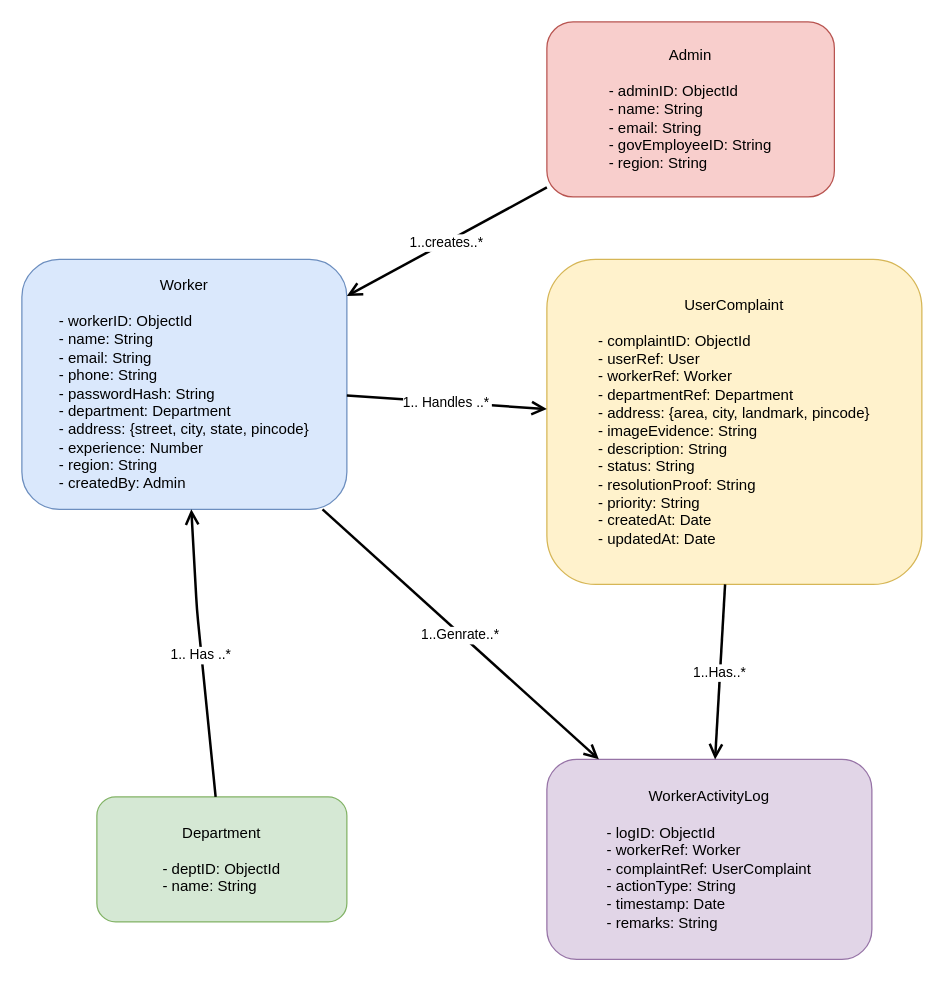
This is UML diagrams/workerClass.drawio from shitkarjidnesh/FixMyCity, a draw.io file, before an edit. Source tidied: cells renumbered, new cells numbered last; positions are measured from the earlier drawing's top-left corner, leaving out a move shared by most shapes. Both pictures are drawn from the tidied source at 125%, with x=0, y=0 at pixel (21, 21).
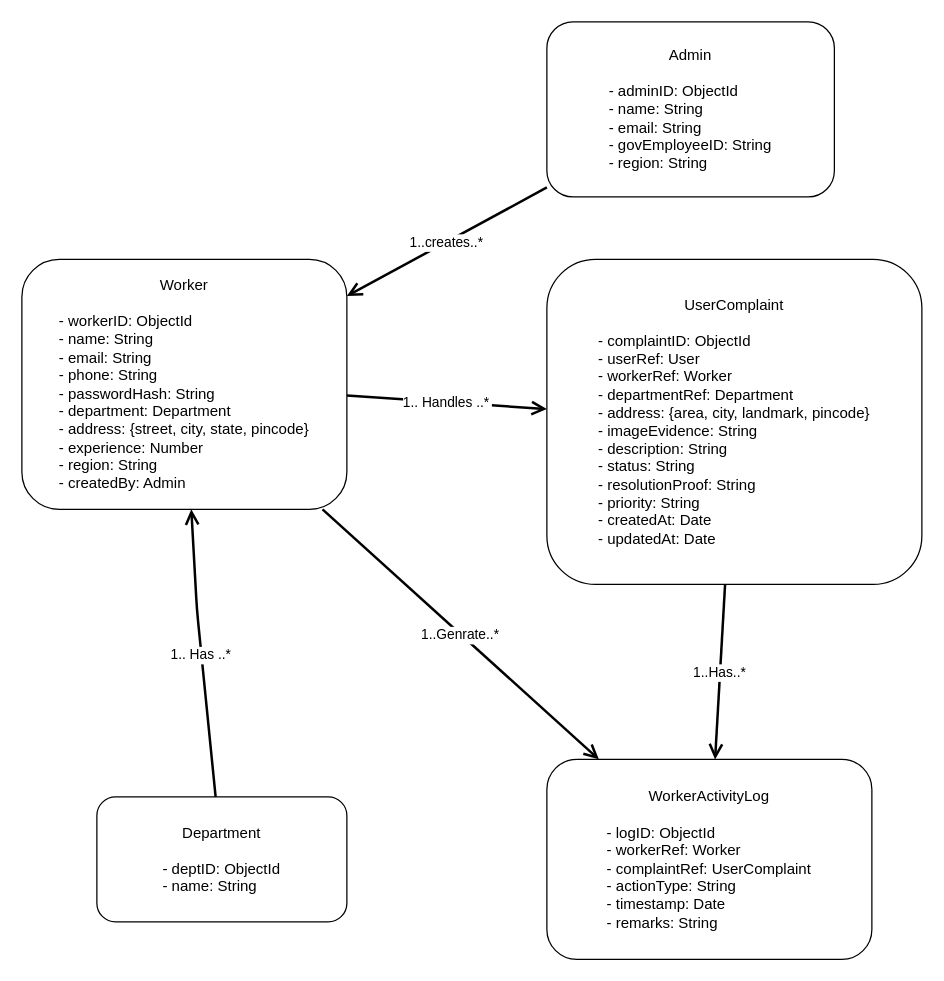
The same diagram, later.

Change to the diagram source:
```diff
@@
 <mxGraphModel>
   <root>
     <mxCell id="0" />
     <mxCell id="1" parent="0" />
-    <mxCell id="2" value="Worker&lt;br&gt;&lt;br&gt;&lt;div style=&quot;text-align: left;&quot;&gt;&lt;span style=&quot;background-color: transparent;&quot;&gt;- workerID: ObjectId&lt;/span&gt;&lt;/div&gt;&lt;div style=&quot;text-align: left;&quot;&gt;&lt;span style=&quot;background-color: transparent;&quot;&gt;- name: String&lt;/span&gt;&lt;/div&gt;&lt;div style=&quot;text-align: left;&quot;&gt;&lt;span style=&quot;background-color: transparent;&quot;&gt;- email: String&lt;/span&gt;&lt;/div&gt;&lt;div style=&quot;text-align: left;&quot;&gt;&lt;span style=&quot;background-color: transparent;&quot;&gt;- phone: String&lt;/span&gt;&lt;/div&gt;&lt;div style=&quot;text-align: left;&quot;&gt;&lt;span style=&quot;background-color: transparent;&quot;&gt;- passwordHash: String&lt;/span&gt;&lt;/div&gt;&lt;div style=&quot;text-align: left;&quot;&gt;&lt;span style=&quot;background-color: transparent;&quot;&gt;- department: Department&lt;/span&gt;&lt;/div&gt;&lt;div style=&quot;text-align: left;&quot;&gt;&lt;span style=&quot;background-color: transparent;&quot;&gt;- address: {street, city, state, pincode}&lt;/span&gt;&lt;/div&gt;&lt;div style=&quot;text-align: left;&quot;&gt;&lt;span style=&quot;background-color: transparent;&quot;&gt;- experience: Number&lt;/span&gt;&lt;/div&gt;&lt;div style=&quot;text-align: left;&quot;&gt;&lt;span style=&quot;background-color: transparent;&quot;&gt;- region: String&lt;/span&gt;&lt;/div&gt;&lt;div style=&quot;text-align: left;&quot;&gt;&lt;span style=&quot;background-color: transparent;&quot;&gt;- createdBy: Admin&lt;/span&gt;&lt;/div&gt;" style="shape=rectangle;rounded=1;whiteSpace=wrap;html=1;fillColor=#dae8fc;strokeColor=#6c8ebf;align=center;" parent="1" vertex="1">
+    <mxCell id="2" value="Worker&lt;br&gt;&lt;br&gt;&lt;div style=&quot;text-align: left;&quot;&gt;&lt;span style=&quot;background-color: transparent;&quot;&gt;- workerID: ObjectId&lt;/span&gt;&lt;/div&gt;&lt;div style=&quot;text-align: left;&quot;&gt;&lt;span style=&quot;background-color: transparent;&quot;&gt;- name: String&lt;/span&gt;&lt;/div&gt;&lt;div style=&quot;text-align: left;&quot;&gt;&lt;span style=&quot;background-color: transparent;&quot;&gt;- email: String&lt;/span&gt;&lt;/div&gt;&lt;div style=&quot;text-align: left;&quot;&gt;&lt;span style=&quot;background-color: transparent;&quot;&gt;- phone: String&lt;/span&gt;&lt;/div&gt;&lt;div style=&quot;text-align: left;&quot;&gt;&lt;span style=&quot;background-color: transparent;&quot;&gt;- passwordHash: String&lt;/span&gt;&lt;/div&gt;&lt;div style=&quot;text-align: left;&quot;&gt;&lt;span style=&quot;background-color: transparent;&quot;&gt;- department: Department&lt;/span&gt;&lt;/div&gt;&lt;div style=&quot;text-align: left;&quot;&gt;&lt;span style=&quot;background-color: transparent;&quot;&gt;- address: {street, city, state, pincode}&lt;/span&gt;&lt;/div&gt;&lt;div style=&quot;text-align: left;&quot;&gt;&lt;span style=&quot;background-color: transparent;&quot;&gt;- experience: Number&lt;/span&gt;&lt;/div&gt;&lt;div style=&quot;text-align: left;&quot;&gt;&lt;span style=&quot;background-color: transparent;&quot;&gt;- region: String&lt;/span&gt;&lt;/div&gt;&lt;div style=&quot;text-align: left;&quot;&gt;&lt;span style=&quot;background-color: transparent;&quot;&gt;- createdBy: Admin&lt;/span&gt;&lt;/div&gt;" style="shape=rectangle;rounded=1;whiteSpace=wrap;html=1;align=center;" parent="1" vertex="1">
       <mxGeometry y="190" width="260" height="200" as="geometry" />
     </mxCell>
-    <mxCell id="3" value="UserComplaint&lt;br&gt;&lt;br&gt;&lt;div style=&quot;text-align: left;&quot;&gt;&lt;span style=&quot;background-color: transparent;&quot;&gt;- complaintID: ObjectId&lt;/span&gt;&lt;/div&gt;&lt;div style=&quot;text-align: left;&quot;&gt;&lt;span style=&quot;background-color: transparent;&quot;&gt;- userRef: User&lt;/span&gt;&lt;/div&gt;&lt;div style=&quot;text-align: left;&quot;&gt;&lt;span style=&quot;background-color: transparent;&quot;&gt;- workerRef: Worker&lt;/span&gt;&lt;/div&gt;&lt;div style=&quot;text-align: left;&quot;&gt;&lt;span style=&quot;background-color: transparent;&quot;&gt;- departmentRef: Department&lt;/span&gt;&lt;/div&gt;&lt;div style=&quot;text-align: left;&quot;&gt;&lt;span style=&quot;background-color: transparent;&quot;&gt;- address: {area, city, landmark, pincode}&lt;/span&gt;&lt;/div&gt;&lt;div style=&quot;text-align: left;&quot;&gt;&lt;span style=&quot;background-color: transparent;&quot;&gt;- imageEvidence: String&lt;/span&gt;&lt;/div&gt;&lt;div style=&quot;text-align: left;&quot;&gt;&lt;span style=&quot;background-color: transparent;&quot;&gt;- description: String&lt;/span&gt;&lt;/div&gt;&lt;div style=&quot;text-align: left;&quot;&gt;&lt;span style=&quot;background-color: transparent;&quot;&gt;- status: String&lt;/span&gt;&lt;/div&gt;&lt;div style=&quot;text-align: left;&quot;&gt;&lt;span style=&quot;background-color: transparent;&quot;&gt;- resolutionProof: String&lt;/span&gt;&lt;/div&gt;&lt;div style=&quot;text-align: left;&quot;&gt;&lt;span style=&quot;background-color: transparent;&quot;&gt;- priority: String&lt;/span&gt;&lt;/div&gt;&lt;div style=&quot;text-align: left;&quot;&gt;&lt;span style=&quot;background-color: transparent;&quot;&gt;- createdAt: Date&lt;/span&gt;&lt;/div&gt;&lt;div style=&quot;text-align: left;&quot;&gt;&lt;span style=&quot;background-color: transparent;&quot;&gt;- updatedAt: Date&lt;/span&gt;&lt;/div&gt;" style="shape=rectangle;rounded=1;whiteSpace=wrap;html=1;fillColor=#fff2cc;strokeColor=#d6b656;" parent="1" vertex="1">
+    <mxCell id="3" value="UserComplaint&lt;br&gt;&lt;br&gt;&lt;div style=&quot;text-align: left;&quot;&gt;&lt;span style=&quot;background-color: transparent;&quot;&gt;- complaintID: ObjectId&lt;/span&gt;&lt;/div&gt;&lt;div style=&quot;text-align: left;&quot;&gt;&lt;span style=&quot;background-color: transparent;&quot;&gt;- userRef: User&lt;/span&gt;&lt;/div&gt;&lt;div style=&quot;text-align: left;&quot;&gt;&lt;span style=&quot;background-color: transparent;&quot;&gt;- workerRef: Worker&lt;/span&gt;&lt;/div&gt;&lt;div style=&quot;text-align: left;&quot;&gt;&lt;span style=&quot;background-color: transparent;&quot;&gt;- departmentRef: Department&lt;/span&gt;&lt;/div&gt;&lt;div style=&quot;text-align: left;&quot;&gt;&lt;span style=&quot;background-color: transparent;&quot;&gt;- address: {area, city, landmark, pincode}&lt;/span&gt;&lt;/div&gt;&lt;div style=&quot;text-align: left;&quot;&gt;&lt;span style=&quot;background-color: transparent;&quot;&gt;- imageEvidence: String&lt;/span&gt;&lt;/div&gt;&lt;div style=&quot;text-align: left;&quot;&gt;&lt;span style=&quot;background-color: transparent;&quot;&gt;- description: String&lt;/span&gt;&lt;/div&gt;&lt;div style=&quot;text-align: left;&quot;&gt;&lt;span style=&quot;background-color: transparent;&quot;&gt;- status: String&lt;/span&gt;&lt;/div&gt;&lt;div style=&quot;text-align: left;&quot;&gt;&lt;span style=&quot;background-color: transparent;&quot;&gt;- resolutionProof: String&lt;/span&gt;&lt;/div&gt;&lt;div style=&quot;text-align: left;&quot;&gt;&lt;span style=&quot;background-color: transparent;&quot;&gt;- priority: String&lt;/span&gt;&lt;/div&gt;&lt;div style=&quot;text-align: left;&quot;&gt;&lt;span style=&quot;background-color: transparent;&quot;&gt;- createdAt: Date&lt;/span&gt;&lt;/div&gt;&lt;div style=&quot;text-align: left;&quot;&gt;&lt;span style=&quot;background-color: transparent;&quot;&gt;- updatedAt: Date&lt;/span&gt;&lt;/div&gt;" style="shape=rectangle;rounded=1;whiteSpace=wrap;html=1;" parent="1" vertex="1">
       <mxGeometry x="420" y="190" width="300" height="260" as="geometry" />
     </mxCell>
-    <mxCell id="4" value="Department&lt;br&gt;&lt;br&gt;&lt;div style=&quot;text-align: left;&quot;&gt;&lt;span style=&quot;background-color: transparent;&quot;&gt;- deptID: ObjectId&lt;/span&gt;&lt;/div&gt;&lt;div style=&quot;text-align: left;&quot;&gt;&lt;span style=&quot;background-color: transparent;&quot;&gt;- name: String&lt;/span&gt;&lt;/div&gt;" style="shape=rectangle;rounded=1;whiteSpace=wrap;html=1;fillColor=#d5e8d4;strokeColor=#82b366;" parent="1" vertex="1">
+    <mxCell id="4" value="Department&lt;br&gt;&lt;br&gt;&lt;div style=&quot;text-align: left;&quot;&gt;&lt;span style=&quot;background-color: transparent;&quot;&gt;- deptID: ObjectId&lt;/span&gt;&lt;/div&gt;&lt;div style=&quot;text-align: left;&quot;&gt;&lt;span style=&quot;background-color: transparent;&quot;&gt;- name: String&lt;/span&gt;&lt;/div&gt;" style="shape=rectangle;rounded=1;whiteSpace=wrap;html=1;" parent="1" vertex="1">
       <mxGeometry x="60" y="620" width="200" height="100" as="geometry" />
     </mxCell>
-    <mxCell id="5" value="Admin&lt;br&gt;&lt;br&gt;&lt;div style=&quot;text-align: left;&quot;&gt;&lt;span style=&quot;background-color: transparent;&quot;&gt;- adminID: ObjectId&lt;/span&gt;&lt;/div&gt;&lt;div style=&quot;text-align: left;&quot;&gt;&lt;span style=&quot;background-color: transparent;&quot;&gt;- name: String&lt;/span&gt;&lt;/div&gt;&lt;div style=&quot;text-align: left;&quot;&gt;&lt;span style=&quot;background-color: transparent;&quot;&gt;- email: String&lt;/span&gt;&lt;/div&gt;&lt;div style=&quot;text-align: left;&quot;&gt;&lt;span style=&quot;background-color: transparent;&quot;&gt;- govEmployeeID: String&lt;/span&gt;&lt;/div&gt;&lt;div style=&quot;text-align: left;&quot;&gt;&lt;span style=&quot;background-color: transparent;&quot;&gt;- region: String&lt;/span&gt;&lt;/div&gt;" style="shape=rectangle;rounded=1;whiteSpace=wrap;html=1;fillColor=#f8cecc;strokeColor=#b85450;" parent="1" vertex="1">
+    <mxCell id="5" value="Admin&lt;br&gt;&lt;br&gt;&lt;div style=&quot;text-align: left;&quot;&gt;&lt;span style=&quot;background-color: transparent;&quot;&gt;- adminID: ObjectId&lt;/span&gt;&lt;/div&gt;&lt;div style=&quot;text-align: left;&quot;&gt;&lt;span style=&quot;background-color: transparent;&quot;&gt;- name: String&lt;/span&gt;&lt;/div&gt;&lt;div style=&quot;text-align: left;&quot;&gt;&lt;span style=&quot;background-color: transparent;&quot;&gt;- email: String&lt;/span&gt;&lt;/div&gt;&lt;div style=&quot;text-align: left;&quot;&gt;&lt;span style=&quot;background-color: transparent;&quot;&gt;- govEmployeeID: String&lt;/span&gt;&lt;/div&gt;&lt;div style=&quot;text-align: left;&quot;&gt;&lt;span style=&quot;background-color: transparent;&quot;&gt;- region: String&lt;/span&gt;&lt;/div&gt;" style="shape=rectangle;rounded=1;whiteSpace=wrap;html=1;" parent="1" vertex="1">
       <mxGeometry x="420" width="230" height="140" as="geometry" />
     </mxCell>
-    <mxCell id="6" value="WorkerActivityLog&lt;br&gt;&lt;br&gt;&lt;div style=&quot;text-align: left;&quot;&gt;&lt;span style=&quot;background-color: transparent;&quot;&gt;- logID: ObjectId&lt;/span&gt;&lt;/div&gt;&lt;div style=&quot;text-align: left;&quot;&gt;&lt;span style=&quot;background-color: transparent;&quot;&gt;- workerRef: Worker&lt;/span&gt;&lt;/div&gt;&lt;div style=&quot;text-align: left;&quot;&gt;&lt;span style=&quot;background-color: transparent;&quot;&gt;- complaintRef: UserComplaint&lt;/span&gt;&lt;/div&gt;&lt;div style=&quot;text-align: left;&quot;&gt;&lt;span style=&quot;background-color: transparent;&quot;&gt;- actionType: String&lt;/span&gt;&lt;/div&gt;&lt;div style=&quot;text-align: left;&quot;&gt;&lt;span style=&quot;background-color: transparent;&quot;&gt;- timestamp: Date&lt;/span&gt;&lt;/div&gt;&lt;div style=&quot;text-align: left;&quot;&gt;&lt;span style=&quot;background-color: transparent;&quot;&gt;- remarks: String&lt;/span&gt;&lt;/div&gt;" style="shape=rectangle;rounded=1;whiteSpace=wrap;html=1;fillColor=#e1d5e7;strokeColor=#9673a6;" parent="1" vertex="1">
+    <mxCell id="6" value="WorkerActivityLog&lt;br&gt;&lt;br&gt;&lt;div style=&quot;text-align: left;&quot;&gt;&lt;span style=&quot;background-color: transparent;&quot;&gt;- logID: ObjectId&lt;/span&gt;&lt;/div&gt;&lt;div style=&quot;text-align: left;&quot;&gt;&lt;span style=&quot;background-color: transparent;&quot;&gt;- workerRef: Worker&lt;/span&gt;&lt;/div&gt;&lt;div style=&quot;text-align: left;&quot;&gt;&lt;span style=&quot;background-color: transparent;&quot;&gt;- complaintRef: UserComplaint&lt;/span&gt;&lt;/div&gt;&lt;div style=&quot;text-align: left;&quot;&gt;&lt;span style=&quot;background-color: transparent;&quot;&gt;- actionType: String&lt;/span&gt;&lt;/div&gt;&lt;div style=&quot;text-align: left;&quot;&gt;&lt;span style=&quot;background-color: transparent;&quot;&gt;- timestamp: Date&lt;/span&gt;&lt;/div&gt;&lt;div style=&quot;text-align: left;&quot;&gt;&lt;span style=&quot;background-color: transparent;&quot;&gt;- remarks: String&lt;/span&gt;&lt;/div&gt;" style="shape=rectangle;rounded=1;whiteSpace=wrap;html=1;" parent="1" vertex="1">
       <mxGeometry x="420" y="590" width="260" height="160" as="geometry" />
     </mxCell>
     <mxCell id="7" value="1.. Handles ..*" style="endArrow=open;startArrow=none;endSize=8;dashed=0;strokeWidth=2;" parent="1" edge="1" source="2" target="3">
       <mxGeometry relative="1" as="geometry" />
     </mxCell>
     <mxCell id="8" value="1.. Has ..*" style="endArrow=open;startArrow=none;endSize=8;strokeWidth=2;" parent="1" edge="1" source="4" target="2">
       <mxGeometry relative="1" as="geometry">
         <Array as="points">
           <mxPoint x="140" y="470" />
         </Array>
       </mxGeometry>
     </mxCell>
     <mxCell id="9" value="1..creates..*" style="endArrow=open;startArrow=none;endSize=8;dashed=0;strokeWidth=2;" parent="1" edge="1" source="5" target="2">
       <mxGeometry relative="1" as="geometry" />
     </mxCell>
     <mxCell id="10" value="1..Genrate..*" style="endArrow=open;startArrow=none;endSize=8;strokeWidth=2;" parent="1" edge="1" source="2" target="6">
       <mxGeometry relative="1" as="geometry" />
     </mxCell>
     <mxCell id="11" value="1..Has..*" style="endArrow=open;startArrow=none;endSize=8;strokeWidth=2;" parent="1" edge="1" source="3" target="6">
       <mxGeometry relative="1" as="geometry" />
     </mxCell>
   </root>
 </mxGraphModel>
```
